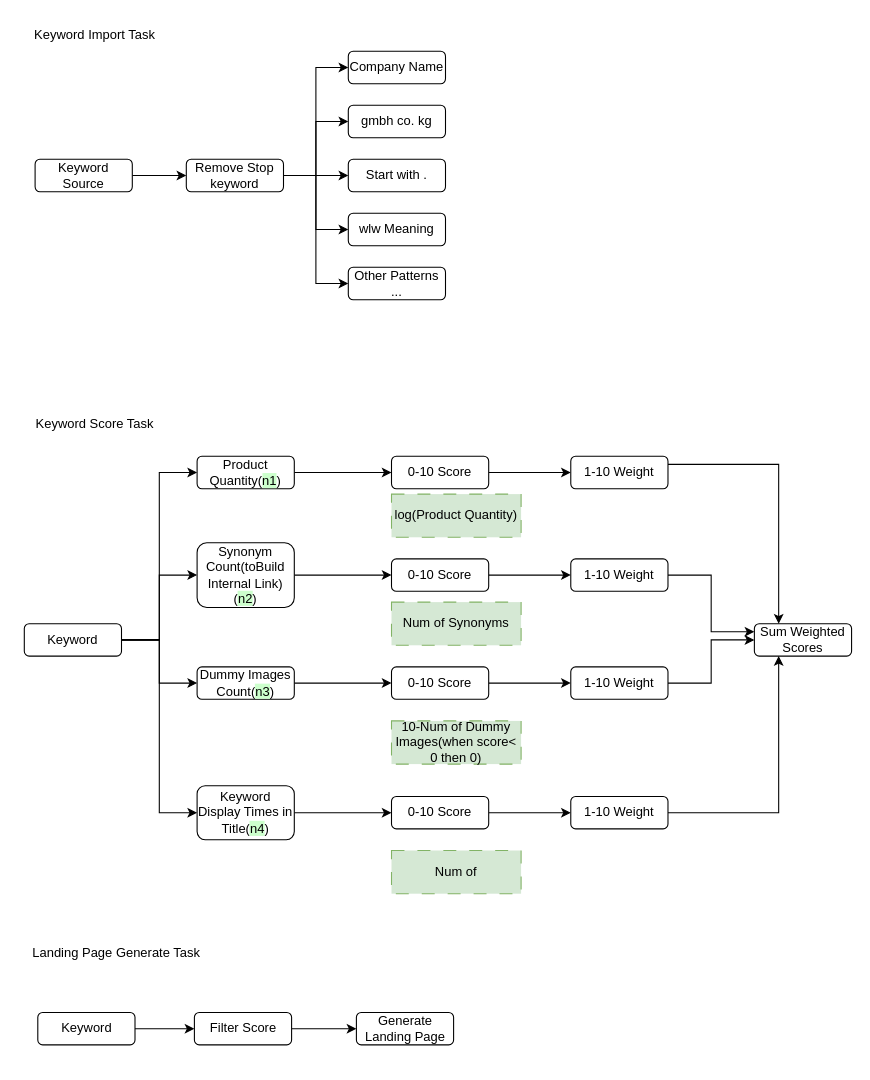
Before: drawio/keywordanalyze.drawio in VisableHarry/seo-drawio, a draw.io diagram. Source tidied: cells renumbered, new cells numbered last; positions are measured from the earlier drawing's top-left corner, leaving out a move shared by most shapes. Both pictures are drawn from the tidied source at 108%, with x=0, y=0 at pixel (18, 18).
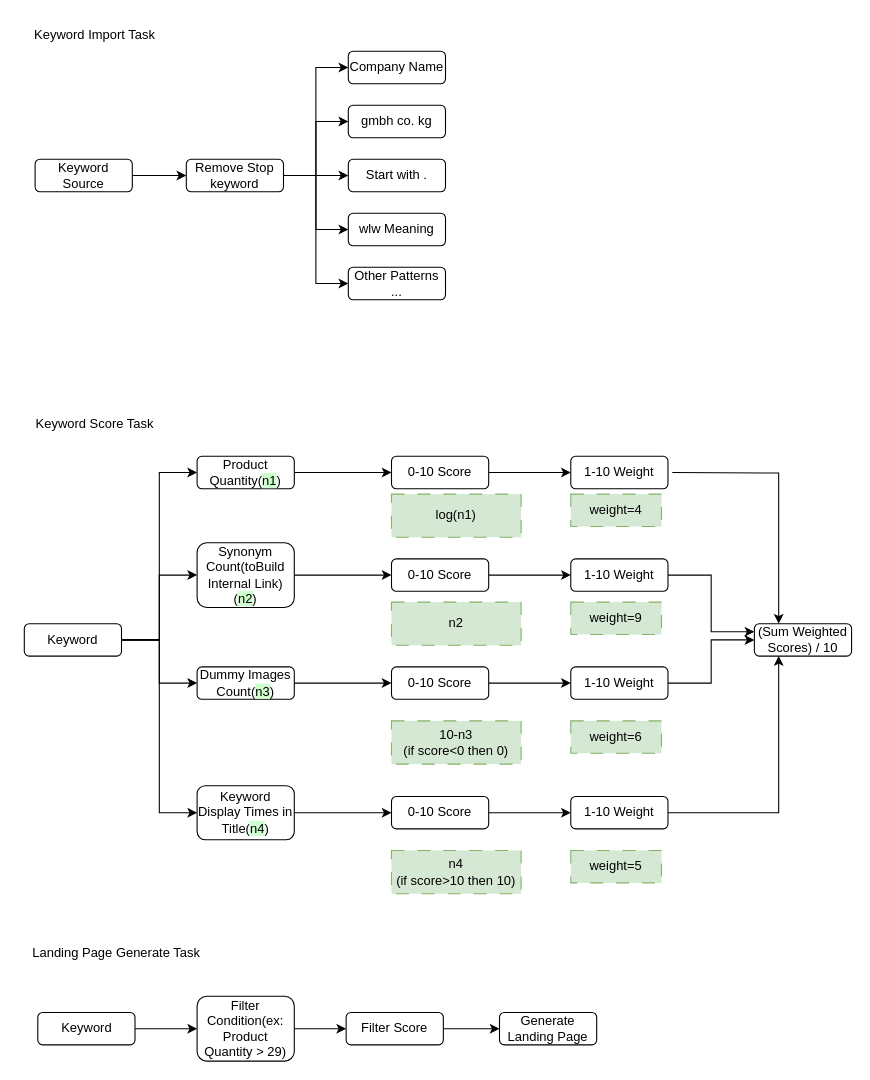
After the change.

The change refers to these unchanged cells:
```xml
<mxCell id="11" value="Keyword" style="rounded=1;whiteSpace=wrap;html=1;" parent="1" vertex="1">
  <mxGeometry x="17.5" y="920" width="90" height="30" as="geometry" />
</mxCell>
<mxCell id="42" value="1-10 Weight" style="rounded=1;whiteSpace=wrap;html=1;" parent="1" vertex="1">
  <mxGeometry x="511" y="405" width="90" height="30" as="geometry" />
</mxCell>
```

Change to the diagram source:
```diff
@@
-    <mxCell id="10" style="edgeStyle=orthogonalEdgeStyle;rounded=0;jettySize=auto;html=1;exitX=1;exitY=0.5;exitDx=0;exitDy=0;" parent="1" edge="1" source="11" target="39">
-      <mxGeometry relative="1" as="geometry" />
-    </mxCell>
+    <mxCell id="57" style="edgeStyle=orthogonalEdgeStyle;rounded=0;jettySize=auto;html=1;exitX=1;exitY=0.5;exitDx=0;exitDy=0;entryX=0;entryY=0.5;entryDx=0;entryDy=0;" parent="1" edge="1" source="11" target="63">
+      <mxGeometry relative="1" as="geometry" />
+    </mxCell>
@@
-    <mxCell id="36" value="Sum Weighted Scores" style="rounded=1;whiteSpace=wrap;html=1;" parent="1" vertex="1">
+    <mxCell id="36" value="(Sum Weighted Scores) / 10" style="rounded=1;whiteSpace=wrap;html=1;" parent="1" vertex="1">
       <mxGeometry x="681" y="560" width="90" height="30" as="geometry" />
     </mxCell>
@@
-    <mxCell id="38" style="edgeStyle=orthogonalEdgeStyle;rounded=0;jettySize=auto;html=1;exitX=1;exitY=0.5;exitDx=0;exitDy=0;" parent="1" edge="1" source="39" target="40">
+    <mxCell id="38" style="edgeStyle=orthogonalEdgeStyle;rounded=0;jettySize=auto;html=1;exitX=1;exitY=0.5;exitDx=0;exitDy=0;entryX=0;entryY=0.5;entryDx=0;entryDy=0;" parent="1" edge="1" source="39" target="40">
       <mxGeometry relative="1" as="geometry" />
     </mxCell>
     <mxCell id="39" value="Filter Score" style="rounded=1;whiteSpace=wrap;html=1;" parent="1" vertex="1">
-      <mxGeometry x="162.5" y="920" width="90" height="30" as="geometry" />
+      <mxGeometry x="303" y="920" width="90" height="30" as="geometry" />
     </mxCell>
     <mxCell id="40" value="Generate Landing Page" style="rounded=1;whiteSpace=wrap;html=1;" parent="1" vertex="1">
-      <mxGeometry x="312.5" y="920" width="90" height="30" as="geometry" />
+      <mxGeometry x="445" y="920" width="90" height="30" as="geometry" />
     </mxCell>
-    <mxCell id="41" style="edgeStyle=orthogonalEdgeStyle;rounded=0;jettySize=auto;html=1;exitX=1;exitY=0.25;exitDx=0;exitDy=0;entryX=0.25;entryY=0;entryDx=0;entryDy=0;" parent="1" edge="1" source="42" target="36">
-      <mxGeometry relative="1" as="geometry" />
+    <mxCell id="41" style="edgeStyle=orthogonalEdgeStyle;rounded=0;jettySize=auto;html=1;entryX=0.25;entryY=0;entryDx=0;entryDy=0;" parent="1" edge="1" target="36">
+      <mxGeometry relative="1" as="geometry">
+        <mxPoint x="605" y="420" as="sourcePoint" />
+      </mxGeometry>
     </mxCell>
@@
-    <mxCell id="53" value="log(Product Quantity)" style="rounded=0;whiteSpace=wrap;html=1;fillColor=#d5e8d4;strokeColor=#82b366;dashed=1;dashPattern=12 12;" parent="1" vertex="1">
+    <mxCell id="53" value="log(n1)" style="rounded=0;whiteSpace=wrap;html=1;fillColor=#d5e8d4;strokeColor=#82b366;dashed=1;dashPattern=12 12;" parent="1" vertex="1">
       <mxGeometry x="345" y="440" width="120" height="40" as="geometry" />
     </mxCell>
-    <mxCell id="54" value="Num of Synonyms" style="rounded=0;whiteSpace=wrap;html=1;fillColor=#d5e8d4;strokeColor=#82b366;dashed=1;dashPattern=12 12;" parent="1" vertex="1">
+    <mxCell id="54" value="n2" style="rounded=0;whiteSpace=wrap;html=1;fillColor=#d5e8d4;strokeColor=#82b366;dashed=1;dashPattern=12 12;" parent="1" vertex="1">
       <mxGeometry x="345" y="540" width="120" height="40" as="geometry" />
     </mxCell>
-    <mxCell id="55" value="10-Num of Dummy Images(when score&amp;lt; 0 then 0)" style="rounded=0;whiteSpace=wrap;html=1;fillColor=#d5e8d4;strokeColor=#82b366;dashed=1;dashPattern=12 12;" parent="1" vertex="1">
+    <mxCell id="55" value="10-n3&lt;div&gt;(if score&amp;lt;0 then 0)&lt;/div&gt;" style="rounded=0;whiteSpace=wrap;html=1;fillColor=#d5e8d4;strokeColor=#82b366;dashed=1;dashPattern=12 12;" parent="1" vertex="1">
       <mxGeometry x="345" y="650" width="120" height="40" as="geometry" />
     </mxCell>
-    <mxCell id="56" value="Num of" style="rounded=0;whiteSpace=wrap;html=1;fillColor=#d5e8d4;strokeColor=#82b366;dashed=1;dashPattern=12 12;" parent="1" vertex="1">
+    <mxCell id="56" value="n4&lt;div&gt;(if score&amp;gt;10 then 10)&lt;/div&gt;" style="rounded=0;whiteSpace=wrap;html=1;fillColor=#d5e8d4;strokeColor=#82b366;dashed=1;dashPattern=12 12;" parent="1" vertex="1">
       <mxGeometry x="345" y="770" width="120" height="40" as="geometry" />
     </mxCell>
+    <mxCell id="58" value="weight=4" style="rounded=0;whiteSpace=wrap;html=1;fillColor=#d5e8d4;strokeColor=#82b366;dashed=1;dashPattern=12 12;" parent="1" vertex="1">
+      <mxGeometry x="511" y="440" width="84" height="30" as="geometry" />
+    </mxCell>
+    <mxCell id="59" value="weight=9" style="rounded=0;whiteSpace=wrap;html=1;fillColor=#d5e8d4;strokeColor=#82b366;dashed=1;dashPattern=12 12;" parent="1" vertex="1">
+      <mxGeometry x="511" y="540" width="84" height="30" as="geometry" />
+    </mxCell>
+    <mxCell id="60" value="weight=6" style="rounded=0;whiteSpace=wrap;html=1;fillColor=#d5e8d4;strokeColor=#82b366;dashed=1;dashPattern=12 12;" parent="1" vertex="1">
+      <mxGeometry x="511" y="650" width="84" height="30" as="geometry" />
+    </mxCell>
+    <mxCell id="61" value="weight=5" style="rounded=0;whiteSpace=wrap;html=1;fillColor=#d5e8d4;strokeColor=#82b366;dashed=1;dashPattern=12 12;" parent="1" vertex="1">
+      <mxGeometry x="511" y="770" width="84" height="30" as="geometry" />
+    </mxCell>
+    <mxCell id="62" style="edgeStyle=orthogonalEdgeStyle;rounded=0;jettySize=auto;html=1;exitX=1;exitY=0.5;exitDx=0;exitDy=0;entryX=0;entryY=0.5;entryDx=0;entryDy=0;" parent="1" edge="1" source="63" target="39">
+      <mxGeometry relative="1" as="geometry" />
+    </mxCell>
+    <mxCell id="63" value="Filter Condition(ex: Product Quantity &amp;gt; 29)" style="rounded=1;whiteSpace=wrap;html=1;" parent="1" vertex="1">
+      <mxGeometry x="165" y="905" width="90" height="60" as="geometry" />
+    </mxCell>
```
